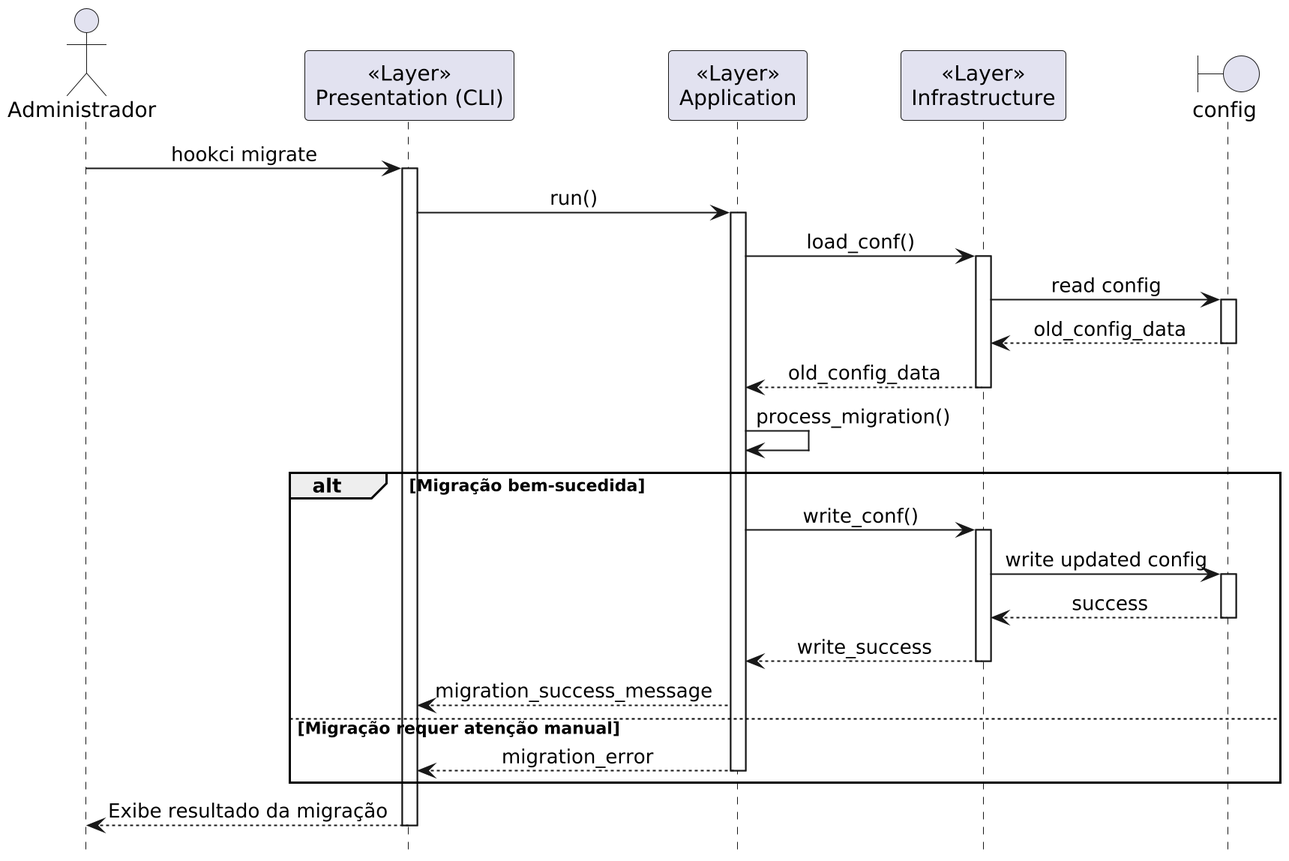
Before: Artefatos/diagrams/sequence/migrate.png, a diagram exported from PlantUML (h3nc4/tmp). The source it was exported from:
```plantuml
@startuml migrate
scale 2
!theme _none_
hide footbox
skinparam sequenceMessageAlign center

actor "Administrador" as User
participant "<<Layer>>\nPresentation (CLI)" as CLI
participant "<<Layer>>\nApplication" as App
participant "<<Layer>>\nInfrastructure" as Infra
boundary "config" as ConfigFile

User -> CLI : hookci migrate
activate CLI
CLI -> App : run()
activate App
App -> Infra : load_conf()
activate Infra
Infra -> ConfigFile : read config
activate ConfigFile
ConfigFile --> Infra : old_config_data
deactivate ConfigFile
Infra --> App : old_config_data
deactivate Infra
App -> App : process_migration()

alt Migração bem-sucedida
	App -> Infra : write_conf()
	activate Infra
	Infra -> ConfigFile : write updated config
	activate ConfigFile
	ConfigFile --> Infra : success
	deactivate ConfigFile
	Infra --> App : write_success
	deactivate Infra
	App --> CLI : migration_success_message
else Migração requer atenção manual
	App --> CLI : migration_error
	deactivate App
end

CLI --> User : Exibe resultado da migração
deactivate CLI
@enduml
```
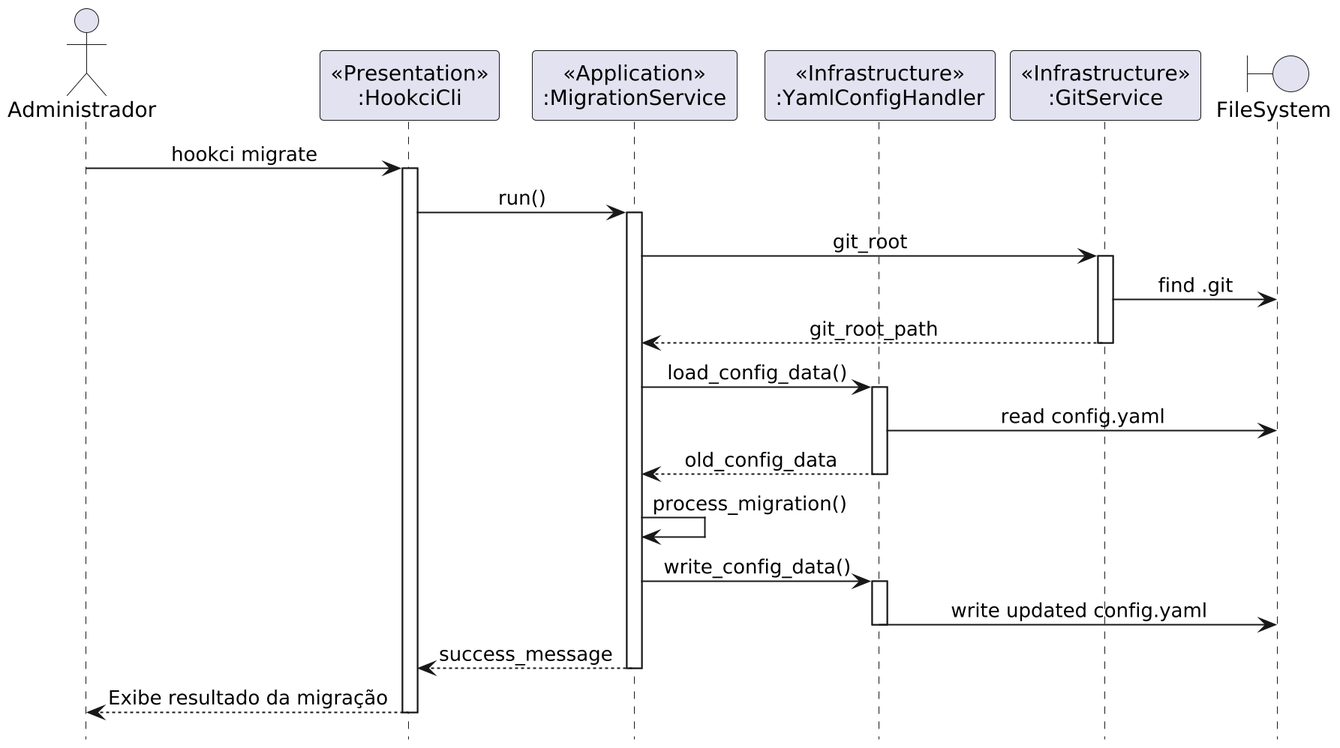
The same file after the commit.

The edit, as a diff of the source:
```diff
@@ -5,39 +5,38 @@
 skinparam sequenceMessageAlign center
 
 actor "Administrador" as User
-participant "<<Layer>>\nPresentation (CLI)" as CLI
-participant "<<Layer>>\nApplication" as App
-participant "<<Layer>>\nInfrastructure" as Infra
-boundary "config" as ConfigFile
+participant "<<Presentation>>\n:HookciCli" as CLI
+participant "<<Application>>\n:MigrationService" as App
+participant "<<Infrastructure>>\n:YamlConfigHandler" as CfgHandler
+participant "<<Infrastructure>>\n:GitService" as GitSvc
+boundary "FileSystem" as FS
 
 User -> CLI : hookci migrate
 activate CLI
 CLI -> App : run()
 activate App
-App -> Infra : load_conf()
-activate Infra
-Infra -> ConfigFile : read config
-activate ConfigFile
-ConfigFile --> Infra : old_config_data
-deactivate ConfigFile
-Infra --> App : old_config_data
-deactivate Infra
+
+App -> GitSvc : git_root
+activate GitSvc
+GitSvc -> FS : find .git
+GitSvc --> App : git_root_path
+deactivate GitSvc
+
+App -> CfgHandler : load_config_data()
+activate CfgHandler
+CfgHandler -> FS : read config.yaml
+CfgHandler --> App : old_config_data
+deactivate CfgHandler
+
 App -> App : process_migration()
 
-alt Migração bem-sucedida
-	App -> Infra : write_conf()
-	activate Infra
-	Infra -> ConfigFile : write updated config
-	activate ConfigFile
-	ConfigFile --> Infra : success
-	deactivate ConfigFile
-	Infra --> App : write_success
-	deactivate Infra
-	App --> CLI : migration_success_message
-else Migração requer atenção manual
-	App --> CLI : migration_error
-	deactivate App
-end
+App -> CfgHandler : write_config_data()
+activate CfgHandler
+CfgHandler -> FS : write updated config.yaml
+deactivate CfgHandler
+
+App --> CLI : success_message
+deactivate App
 
 CLI --> User : Exibe resultado da migração
 deactivate CLI
```
